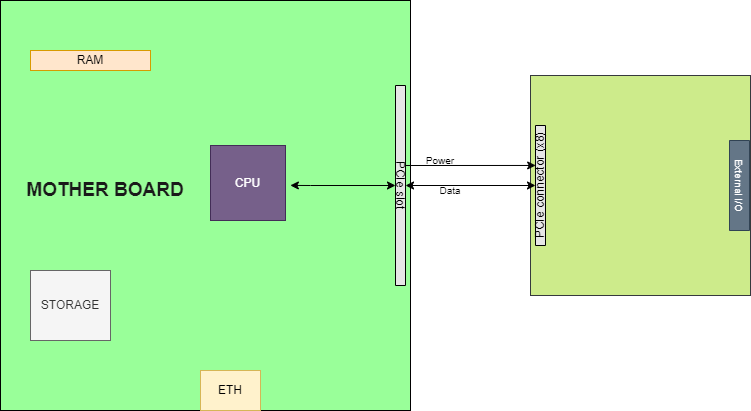
Above: Motherboard Integration.drawio.png in belanasaikiran/FlowCharts (draw.io), before the change. Source tidied: cells renumbered, new cells last; positions are measured from the earlier drawing's top-left corner, leaving out a move shared by most shapes.
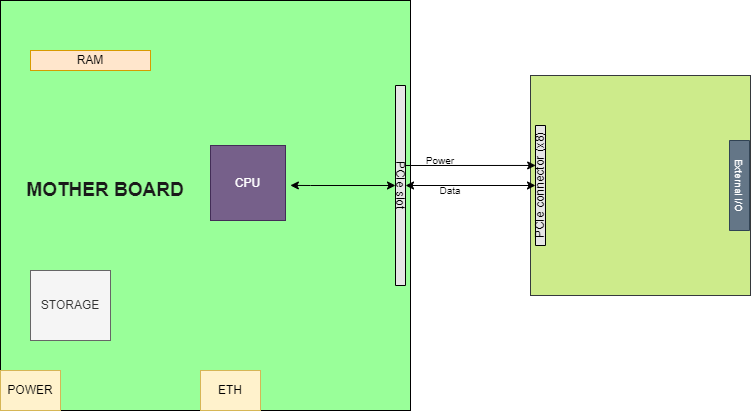
After the commit.

Diff of the diagram source:
```diff
@@ -51,5 +51,8 @@
     <mxCell id="16" value="MOTHER BOARD" style="text;html=1;strokeColor=none;fillColor=none;align=center;verticalAlign=middle;whiteSpace=wrap;rounded=0;fontStyle=1;fontSize=19;fontColor=#1A1A1A;" parent="1" vertex="1">
       <mxGeometry x="10" y="155" width="190" height="70" as="geometry" />
     </mxCell>
+    <mxCell id="17" value="POWER" style="rounded=0;whiteSpace=wrap;html=1;fillColor=#fff2cc;strokeColor=#d6b656;" parent="1" vertex="1">
+      <mxGeometry y="370" width="60" height="40" as="geometry" />
+    </mxCell>
   </root>
 </mxGraphModel>
```
